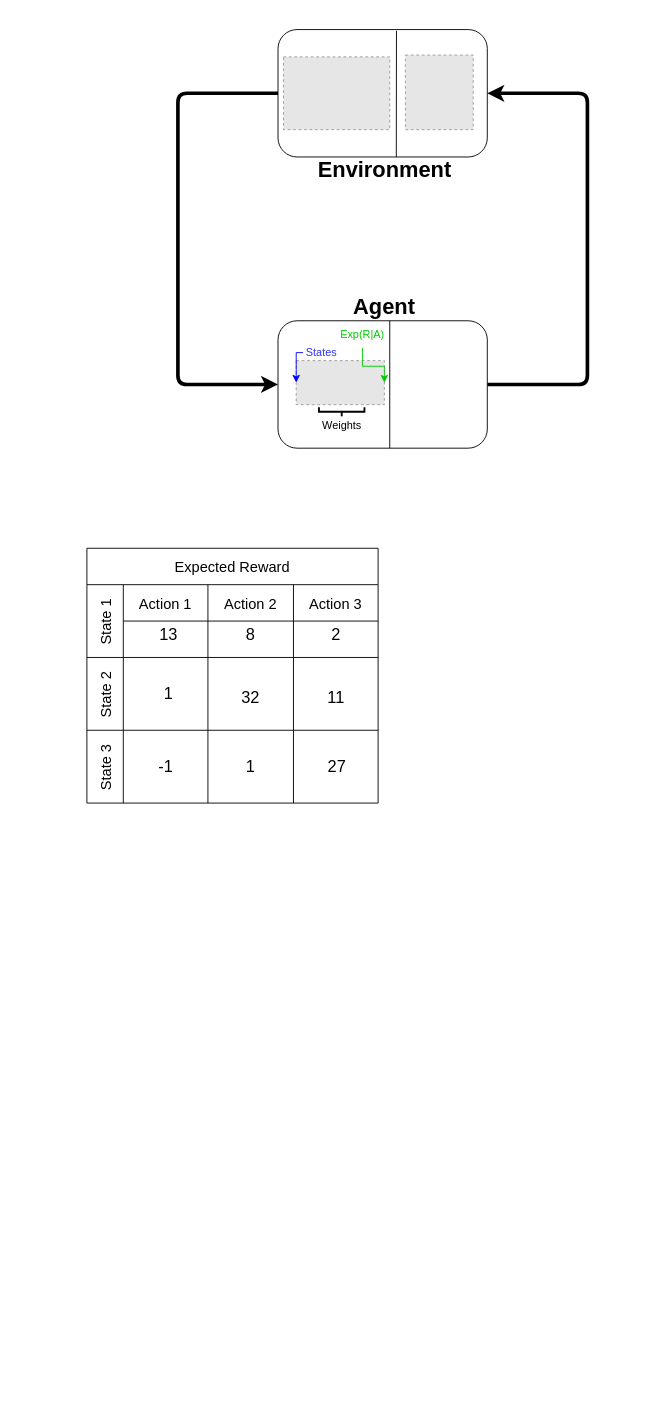
Before: FAN-C_concept.drawio in awhitbeck/drawio, a draw.io diagram. Source tidied: cells renumbered, new cells numbered last; positions are measured from the earlier drawing's top-left corner, leaving out a move shared by most shapes. Both pictures are drawn from the tidied source at 91%, with x=0, y=0 at pixel (86, 29). Pictures stored in the file or linked from it are replaced by grey dashed boxes.
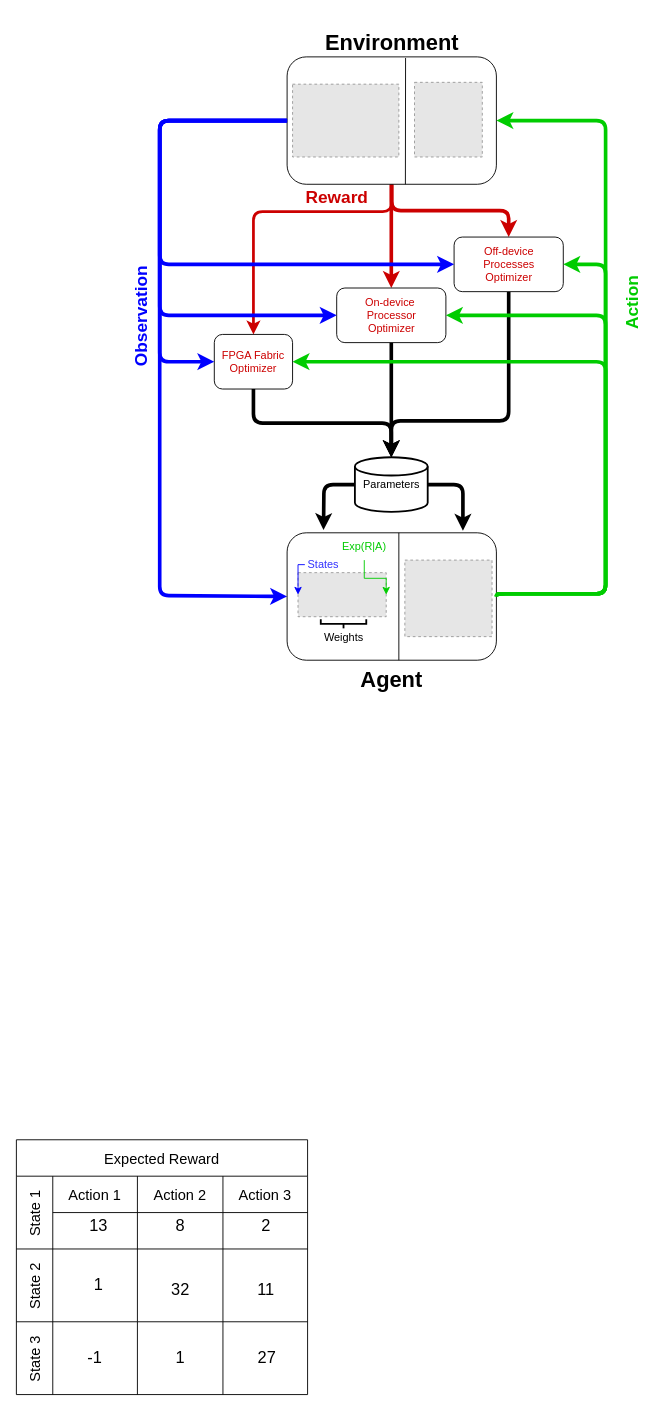
After the change.

What changed in the source:
```diff
@@
-    <mxCell id="2" style="edgeStyle=orthogonalEdgeStyle;rounded=1;jettySize=auto;html=1;exitX=0;exitY=0.5;exitDx=0;exitDy=0;entryX=0;entryY=0.5;entryDx=0;entryDy=0;curved=0;strokeWidth=4;jumpSize=6;" parent="1" edge="1" source="3" target="8">
+    <mxCell id="2" style="edgeStyle=orthogonalEdgeStyle;rounded=1;jettySize=auto;html=1;exitX=0;exitY=0.5;exitDx=0;exitDy=0;entryX=0;entryY=0.5;entryDx=0;entryDy=0;curved=0;strokeWidth=4;jumpSize=6;strokeColor=#0000FF;" parent="1" edge="1" source="3" target="8">
       <mxGeometry relative="1" as="geometry">
         <Array as="points">
-          <mxPoint x="100" y="70" />
-          <mxPoint x="100" y="390" />
+          <mxPoint x="80" y="100" />
+          <mxPoint x="80" y="622" />
+          <mxPoint x="220" y="622" />
         </Array>
       </mxGeometry>
     </mxCell>
+    <mxCell id="41" style="edgeStyle=orthogonalEdgeStyle;rounded=1;jettySize=auto;html=1;exitX=0.5;exitY=1;exitDx=0;exitDy=0;curved=0;strokeWidth=3;strokeColor=#CC0000;" parent="1" edge="1" source="3" target="53">
+      <mxGeometry relative="1" as="geometry">
+        <Array as="points">
+          <mxPoint x="335" y="200" />
+          <mxPoint x="183" y="200" />
+        </Array>
+      </mxGeometry>
+    </mxCell>
+    <mxCell id="42" style="edgeStyle=orthogonalEdgeStyle;rounded=1;jettySize=auto;html=1;exitX=0.5;exitY=1;exitDx=0;exitDy=0;curved=0;strokeWidth=4;strokeColor=#CC0000;entryX=0.5;entryY=0;entryDx=0;entryDy=0;" parent="1" edge="1" source="3" target="51">
+      <mxGeometry relative="1" as="geometry">
+        <Array as="points">
+          <mxPoint x="335" y="284" />
+        </Array>
+      </mxGeometry>
+    </mxCell>
+    <mxCell id="43" style="edgeStyle=orthogonalEdgeStyle;rounded=1;jettySize=auto;html=1;exitX=0.5;exitY=1;exitDx=0;exitDy=0;curved=0;strokeWidth=4;strokeColor=#CC0000;" parent="1" edge="1" source="3" target="49">
+      <mxGeometry relative="1" as="geometry" />
+    </mxCell>
     <mxCell id="3" style="rounded=1;whiteSpace=wrap;html=1;" parent="1" vertex="1">
-      <mxGeometry x="210" width="230" height="140" as="geometry" />
+      <mxGeometry x="220" y="30" width="230" height="140" as="geometry" />
     </mxCell>
     <mxCell id="4" style="fillColor=#E6E6E6;strokeColor=#999999;dashed=1;verticalLabelPosition=bottom;labelBackgroundColor=default;verticalAlign=top;" parent="1" vertex="1">
-      <mxGeometry x="216" y="30" width="116.8" height="80" as="geometry" />
+      <mxGeometry x="226" y="60" width="116.8" height="80" as="geometry" />
     </mxCell>
     <mxCell id="5" style="fillColor=#E6E6E6;strokeColor=#999999;dashed=1;verticalLabelPosition=bottom;labelBackgroundColor=default;verticalAlign=top;" parent="1" vertex="1">
-      <mxGeometry x="350" y="28" width="74.5" height="82" as="geometry" />
+      <mxGeometry x="360" y="58" width="74.5" height="82" as="geometry" />
     </mxCell>
     <mxCell id="6" value="&lt;h1&gt;Environment&lt;/h1&gt;" style="text;html=1;align=center;verticalAlign=middle;whiteSpace=wrap;rounded=0;" parent="1" vertex="1">
-      <mxGeometry x="229.6" y="140" width="195" height="30" as="geometry" />
+      <mxGeometry x="237.5" width="195" height="30" as="geometry" />
     </mxCell>
-    <mxCell id="7" style="edgeStyle=orthogonalEdgeStyle;rounded=1;jettySize=auto;html=1;exitX=1;exitY=0.5;exitDx=0;exitDy=0;entryX=1;entryY=0.5;entryDx=0;entryDy=0;curved=0;strokeWidth=4;" parent="1" edge="1" source="8" target="3">
+    <mxCell id="7" style="edgeStyle=orthogonalEdgeStyle;rounded=1;jettySize=auto;html=1;exitX=1;exitY=0.5;exitDx=0;exitDy=0;entryX=1;entryY=0.5;entryDx=0;entryDy=0;curved=0;strokeWidth=4;strokeColor=#00CC00;" parent="1" edge="1" source="8" target="3">
       <mxGeometry relative="1" as="geometry">
         <Array as="points">
-          <mxPoint x="550" y="390" />
-          <mxPoint x="550" y="70" />
+          <mxPoint x="450" y="620" />
+          <mxPoint x="570" y="620" />
+          <mxPoint x="570" y="100" />
         </Array>
       </mxGeometry>
     </mxCell>
     <mxCell id="8" style="rounded=1;whiteSpace=wrap;html=1;" parent="1" vertex="1">
-      <mxGeometry x="210" y="320" width="230" height="140" as="geometry" />
+      <mxGeometry x="220" y="553" width="230" height="140" as="geometry" />
     </mxCell>
     <mxCell id="9" value="&lt;h1&gt;Agent&lt;/h1&gt;" style="text;html=1;align=center;verticalAlign=middle;whiteSpace=wrap;rounded=0;" parent="1" vertex="1">
-      <mxGeometry x="297.1" y="290" width="60" height="30" as="geometry" />
+      <mxGeometry x="305" y="700" width="60" height="30" as="geometry" />
     </mxCell>
     <mxCell id="10" style="endArrow=none;html=1;rounded=0;entryX=0.75;entryY=1;entryDx=0;entryDy=0;strokeWidth=1;" parent="1" edge="1">
       <mxGeometry relative="1" as="geometry">
-        <mxPoint x="332.8" y="460" as="sourcePoint" />
-        <mxPoint x="332.8" y="320" as="targetPoint" />
+        <mxPoint x="342.8" y="693" as="sourcePoint" />
+        <mxPoint x="342.8" y="553" as="targetPoint" />
       </mxGeometry>
     </mxCell>
-    <mxCell id="11" style="fillColor=#E6E6E6;strokeColor=#999999;dashed=1;verticalLabelPosition=bottom;labelBackgroundColor=default;verticalAlign=top;" parent="1" vertex="1">
-      <mxGeometry x="230" y="363.8" width="96.9" height="48.4" as="geometry" />
-    </mxCell>
-    <mxCell id="12" style="edgeStyle=orthogonalEdgeStyle;rounded=0;jettySize=auto;html=1;exitX=0;exitY=0.5;exitDx=0;exitDy=0;entryX=0;entryY=0.5;entryDx=0;entryDy=0;strokeColor=#0000FF;" parent="1" edge="1" source="13" target="11">
-      <mxGeometry relative="1" as="geometry">
-        <Array as="points">
-          <mxPoint x="230" y="355" />
-        </Array>
-      </mxGeometry>
-    </mxCell>
-    <mxCell id="13" value="&lt;font color=&quot;#3333ff&quot;&gt;States&lt;/font&gt;" style="text;html=1;align=center;verticalAlign=middle;whiteSpace=wrap;rounded=0;rotation=0;" parent="1" vertex="1">
-      <mxGeometry x="237.5" y="340" width="40" height="30" as="geometry" />
-    </mxCell>
-    <mxCell id="14" style="edgeStyle=orthogonalEdgeStyle;rounded=0;jettySize=auto;html=1;exitX=0.5;exitY=1;exitDx=0;exitDy=0;entryX=1;entryY=0.5;entryDx=0;entryDy=0;strokeColor=#00CC00;" parent="1" edge="1" source="15" target="11">
-      <mxGeometry relative="1" as="geometry">
-        <Array as="points">
-          <mxPoint x="303" y="370" />
-          <mxPoint x="327" y="370" />
-        </Array>
-      </mxGeometry>
-    </mxCell>
-    <mxCell id="15" value="&lt;font color=&quot;#00cc00&quot;&gt;Exp(R|A)&lt;/font&gt;" style="text;html=1;align=center;verticalAlign=middle;whiteSpace=wrap;rounded=0;rotation=0;" parent="1" vertex="1">
-      <mxGeometry x="272.8" y="320" width="60" height="30" as="geometry" />
-    </mxCell>
-    <mxCell id="16" value="Weights" style="text;html=1;align=center;verticalAlign=middle;whiteSpace=wrap;rounded=0;rotation=0;" parent="1" vertex="1">
-      <mxGeometry x="242.5" y="420" width="75" height="30" as="geometry" />
-    </mxCell>
-    <mxCell id="17" style="strokeWidth=2;html=1;shape=mxgraph.flowchart.annotation_2;align=left;labelPosition=right;rotation=-90;" parent="1" vertex="1">
-      <mxGeometry x="275" y="395" width="10" height="50" as="geometry" />
-    </mxCell>
     <mxCell id="18" style="endArrow=none;html=1;rounded=0;strokeWidth=1;entryX=0.566;entryY=0.009;entryDx=0;entryDy=0;entryPerimeter=0;" parent="1" edge="1" target="3">
       <mxGeometry relative="1" as="geometry">
-        <mxPoint x="340" y="140" as="sourcePoint" />
+        <mxPoint x="350" y="170" as="sourcePoint" />
       </mxGeometry>
     </mxCell>
     <mxCell id="19" value="Expected Reward" style="shape=table;childLayout=tableLayout;startSize=40;fontSize=16;" parent="1" vertex="1">
-      <mxGeometry y="570" width="320" height="280" as="geometry" />
+      <mxGeometry x="-77.5" y="1220" width="320" height="280" as="geometry" />
     </mxCell>
@@
+    <mxCell id="44" style="fillColor=#E6E6E6;strokeColor=#999999;dashed=1;verticalLabelPosition=bottom;labelBackgroundColor=default;verticalAlign=top;" parent="1" vertex="1">
+      <mxGeometry x="349.4" y="583" width="95.8" height="84.1" as="geometry" />
+    </mxCell>
+    <mxCell id="45" value="&lt;font color=&quot;#0000ff&quot; style=&quot;font-size: 19px;&quot;&gt;&lt;b style=&quot;&quot;&gt;Observation&lt;/b&gt;&lt;/font&gt;" style="text;html=1;align=center;verticalAlign=middle;whiteSpace=wrap;rounded=0;rotation=-90;" parent="1" vertex="1">
+      <mxGeometry x="30" y="300" width="60" height="30" as="geometry" />
+    </mxCell>
+    <mxCell id="46" value="&lt;font style=&quot;font-size: 19px;&quot; color=&quot;#00cc00&quot;&gt;&lt;span&gt;Action&lt;/span&gt;&lt;/font&gt;" style="text;html=1;align=center;verticalAlign=middle;whiteSpace=wrap;rounded=0;fontStyle=1;rotation=-90;" parent="1" vertex="1">
+      <mxGeometry x="570" y="285" width="60" height="30" as="geometry" />
+    </mxCell>
+    <mxCell id="47" style="group;" parent="1" vertex="1">
+      <mxGeometry x="232" y="553" width="102.8" height="130" as="geometry" />
+    </mxCell>
+    <mxCell id="11" style="fillColor=#E6E6E6;strokeColor=#999999;dashed=1;verticalLabelPosition=bottom;labelBackgroundColor=default;verticalAlign=top;" parent="47" vertex="1">
+      <mxGeometry y="43.8" width="96.9" height="48.4" as="geometry" />
+    </mxCell>
+    <mxCell id="12" style="edgeStyle=orthogonalEdgeStyle;rounded=0;jettySize=auto;html=1;exitX=0;exitY=0.5;exitDx=0;exitDy=0;entryX=0;entryY=0.5;entryDx=0;entryDy=0;strokeColor=#0000FF;" parent="47" edge="1" source="13" target="11">
+      <mxGeometry relative="1" as="geometry">
+        <Array as="points">
+          <mxPoint y="35" />
+        </Array>
+      </mxGeometry>
+    </mxCell>
+    <mxCell id="13" value="&lt;font color=&quot;#3333ff&quot;&gt;States&lt;/font&gt;" style="text;html=1;align=center;verticalAlign=middle;whiteSpace=wrap;rounded=0;rotation=0;" parent="47" vertex="1">
+      <mxGeometry x="7.5" y="20" width="40" height="30" as="geometry" />
+    </mxCell>
+    <mxCell id="14" style="edgeStyle=orthogonalEdgeStyle;rounded=0;jettySize=auto;html=1;exitX=0.5;exitY=1;exitDx=0;exitDy=0;entryX=1;entryY=0.5;entryDx=0;entryDy=0;strokeColor=#00CC00;" parent="47" edge="1" source="15" target="11">
+      <mxGeometry relative="1" as="geometry">
+        <Array as="points">
+          <mxPoint x="73" y="50" />
+          <mxPoint x="97" y="50" />
+        </Array>
+      </mxGeometry>
+    </mxCell>
+    <mxCell id="15" value="&lt;font color=&quot;#00cc00&quot;&gt;Exp(R|A)&lt;/font&gt;" style="text;html=1;align=center;verticalAlign=middle;whiteSpace=wrap;rounded=0;rotation=0;" parent="47" vertex="1">
+      <mxGeometry x="42.8" width="60" height="30" as="geometry" />
+    </mxCell>
+    <mxCell id="16" value="Weights" style="text;html=1;align=center;verticalAlign=middle;whiteSpace=wrap;rounded=0;rotation=0;" parent="47" vertex="1">
+      <mxGeometry x="12.5" y="100" width="75" height="30" as="geometry" />
+    </mxCell>
+    <mxCell id="17" style="strokeWidth=2;html=1;shape=mxgraph.flowchart.annotation_2;align=left;labelPosition=right;rotation=-90;" parent="47" vertex="1">
+      <mxGeometry x="45" y="75" width="10" height="50" as="geometry" />
+    </mxCell>
+    <mxCell id="48" style="edgeStyle=orthogonalEdgeStyle;rounded=1;jettySize=auto;html=1;exitX=0.5;exitY=1;exitDx=0;exitDy=0;curved=0;strokeWidth=4;entryX=0.5;entryY=0;entryDx=0;entryDy=0;entryPerimeter=0;" parent="1" edge="1" source="49" target="61">
+      <mxGeometry relative="1" as="geometry">
+        <Array as="points">
+          <mxPoint x="464" y="430" />
+          <mxPoint x="335" y="430" />
+          <mxPoint x="335" y="470" />
+        </Array>
+      </mxGeometry>
+    </mxCell>
+    <mxCell id="49" value="&lt;font color=&quot;#cc0000&quot;&gt;Off-device &lt;br&gt;Processes&lt;/font&gt;&lt;div&gt;&lt;font color=&quot;#cc0000&quot;&gt;Optimizer&lt;/font&gt;&lt;/div&gt;" style="rounded=1;whiteSpace=wrap;html=1;" parent="1" vertex="1">
+      <mxGeometry x="403.5" y="228" width="120" height="60" as="geometry" />
+    </mxCell>
+    <mxCell id="50" style="edgeStyle=orthogonalEdgeStyle;rounded=1;jettySize=auto;html=1;exitX=0.5;exitY=1;exitDx=0;exitDy=0;entryX=0.5;entryY=0;entryDx=0;entryDy=0;entryPerimeter=0;curved=0;strokeWidth=4;" parent="1" edge="1" source="51" target="61">
+      <mxGeometry relative="1" as="geometry">
+        <Array as="points">
+          <mxPoint x="335" y="400" />
+          <mxPoint x="335" y="470" />
+        </Array>
+      </mxGeometry>
+    </mxCell>
+    <mxCell id="51" value="&lt;font color=&quot;#cc0000&quot;&gt;On-device&amp;nbsp;&lt;br&gt;Processor&lt;/font&gt;&lt;div&gt;&lt;font color=&quot;#cc0000&quot;&gt;Optimizer&lt;/font&gt;&lt;/div&gt;" style="rounded=1;whiteSpace=wrap;html=1;" parent="1" vertex="1">
+      <mxGeometry x="274.5" y="284" width="120" height="60" as="geometry" />
+    </mxCell>
+    <mxCell id="52" style="edgeStyle=orthogonalEdgeStyle;rounded=1;jettySize=auto;html=1;exitX=0.5;exitY=1;exitDx=0;exitDy=0;curved=0;strokeWidth=4;" parent="1" edge="1" source="53" target="61">
+      <mxGeometry relative="1" as="geometry" />
+    </mxCell>
+    <mxCell id="53" value="&lt;font color=&quot;#cc0000&quot;&gt;FPGA Fabric&lt;br&gt;Optimizer&lt;/font&gt;" style="rounded=1;whiteSpace=wrap;html=1;" parent="1" vertex="1">
+      <mxGeometry x="140" y="335" width="86" height="60" as="geometry" />
+    </mxCell>
+    <mxCell id="54" style="edgeStyle=orthogonalEdgeStyle;rounded=1;jettySize=auto;html=1;entryX=1;entryY=0.5;entryDx=0;entryDy=0;curved=0;strokeWidth=4;strokeColor=#00CC00;" parent="1" edge="1" target="49">
+      <mxGeometry relative="1" as="geometry">
+        <mxPoint x="450" y="620" as="sourcePoint" />
+        <Array as="points">
+          <mxPoint x="570" y="620" />
+          <mxPoint x="570" y="258" />
+        </Array>
+      </mxGeometry>
+    </mxCell>
+    <mxCell id="55" style="edgeStyle=orthogonalEdgeStyle;rounded=1;jettySize=auto;html=1;entryX=1;entryY=0.5;entryDx=0;entryDy=0;curved=0;strokeWidth=4;strokeColor=#00CC00;exitX=1;exitY=0.5;exitDx=0;exitDy=0;" parent="1" edge="1" source="8" target="51">
+      <mxGeometry relative="1" as="geometry">
+        <Array as="points">
+          <mxPoint x="450" y="620" />
+          <mxPoint x="570" y="620" />
+          <mxPoint x="570" y="314" />
+        </Array>
+      </mxGeometry>
+    </mxCell>
+    <mxCell id="56" style="edgeStyle=orthogonalEdgeStyle;rounded=1;jettySize=auto;html=1;entryX=1;entryY=0.5;entryDx=0;entryDy=0;curved=0;strokeWidth=4;strokeColor=#00CC00;exitX=1;exitY=0.5;exitDx=0;exitDy=0;" parent="1" edge="1" source="8" target="53">
+      <mxGeometry relative="1" as="geometry">
+        <Array as="points">
+          <mxPoint x="450" y="620" />
+          <mxPoint x="570" y="620" />
+          <mxPoint x="570" y="365" />
+        </Array>
+      </mxGeometry>
+    </mxCell>
+    <mxCell id="57" style="edgeStyle=orthogonalEdgeStyle;rounded=1;jettySize=auto;html=1;entryX=0;entryY=0.5;entryDx=0;entryDy=0;curved=0;strokeWidth=4;jumpSize=6;strokeColor=#0000FF;exitX=0;exitY=0.5;exitDx=0;exitDy=0;" parent="1" edge="1" source="3" target="53">
+      <mxGeometry relative="1" as="geometry">
+        <Array as="points">
+          <mxPoint x="80" y="100" />
+          <mxPoint x="80" y="365" />
+        </Array>
+      </mxGeometry>
+    </mxCell>
+    <mxCell id="58" style="edgeStyle=orthogonalEdgeStyle;rounded=1;jettySize=auto;html=1;entryX=0;entryY=0.5;entryDx=0;entryDy=0;curved=0;strokeWidth=4;jumpSize=6;strokeColor=#0000FF;exitX=0;exitY=0.5;exitDx=0;exitDy=0;" parent="1" edge="1" source="3" target="51">
+      <mxGeometry relative="1" as="geometry">
+        <Array as="points">
+          <mxPoint x="80" y="100" />
+          <mxPoint x="80" y="314" />
+        </Array>
+      </mxGeometry>
+    </mxCell>
+    <mxCell id="59" style="edgeStyle=orthogonalEdgeStyle;rounded=1;jettySize=auto;html=1;entryX=0;entryY=0.5;entryDx=0;entryDy=0;curved=0;strokeWidth=4;jumpSize=6;strokeColor=#0000FF;exitX=0;exitY=0.5;exitDx=0;exitDy=0;" parent="1" edge="1" source="3" target="49">
+      <mxGeometry relative="1" as="geometry">
+        <Array as="points">
+          <mxPoint x="80" y="100" />
+          <mxPoint x="80" y="258" />
+        </Array>
+      </mxGeometry>
+    </mxCell>
+    <mxCell id="60" style="edgeStyle=orthogonalEdgeStyle;rounded=1;jettySize=auto;html=1;exitX=0;exitY=0.5;exitDx=0;exitDy=0;exitPerimeter=0;strokeWidth=4;curved=0;" parent="1" edge="1" source="61">
+      <mxGeometry relative="1" as="geometry">
+        <mxPoint x="260" y="550" as="targetPoint" />
+      </mxGeometry>
+    </mxCell>
+    <mxCell id="61" value="Parameters" style="strokeWidth=2;html=1;shape=mxgraph.flowchart.database;whiteSpace=wrap;" parent="1" vertex="1">
+      <mxGeometry x="294.5" y="470" width="80" height="60" as="geometry" />
+    </mxCell>
+    <mxCell id="62" style="edgeStyle=orthogonalEdgeStyle;rounded=1;jettySize=auto;html=1;exitX=1;exitY=0.5;exitDx=0;exitDy=0;exitPerimeter=0;entryX=0.84;entryY=-0.016;entryDx=0;entryDy=0;entryPerimeter=0;strokeWidth=4;curved=0;" parent="1" edge="1" source="61" target="8">
+      <mxGeometry relative="1" as="geometry">
+        <Array as="points">
+          <mxPoint x="413" y="500" />
+        </Array>
+      </mxGeometry>
+    </mxCell>
+    <mxCell id="63" value="&lt;font color=&quot;#cc0000&quot; style=&quot;font-size: 19px;&quot;&gt;Reward&lt;/font&gt;" style="text;html=1;align=center;verticalAlign=middle;whiteSpace=wrap;rounded=0;fontStyle=1;rotation=0;" parent="1" vertex="1">
+      <mxGeometry x="245" y="170" width="60" height="30" as="geometry" />
+    </mxCell>
```
